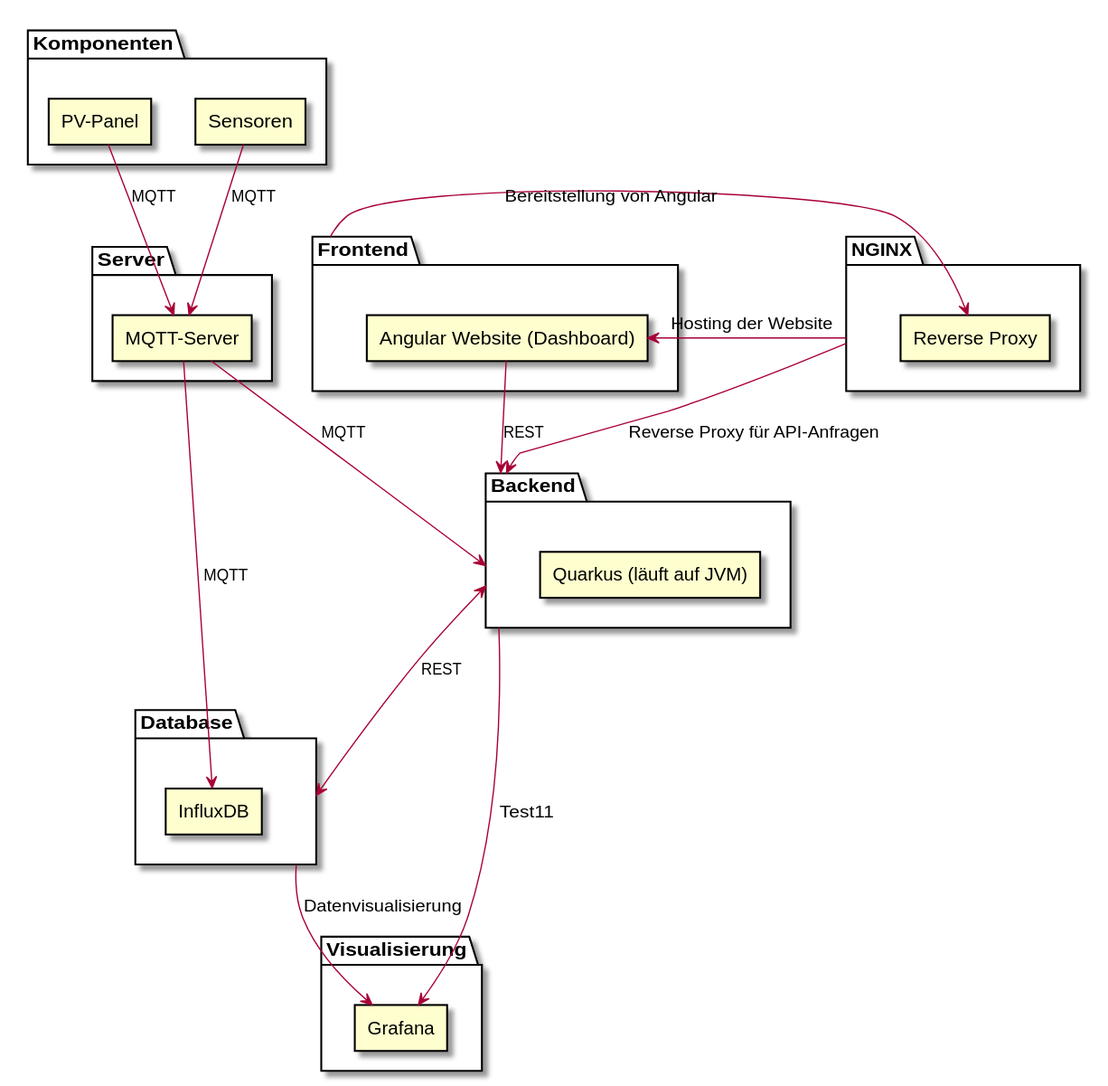
2425-4chif-syp/01-projekte-2025-4chif-syp-pv-panels keeps this PlantUML diagram as Documentation/SystemArchitecture/diagrams/SystemArchitecture.svg. Above is the earlier version.
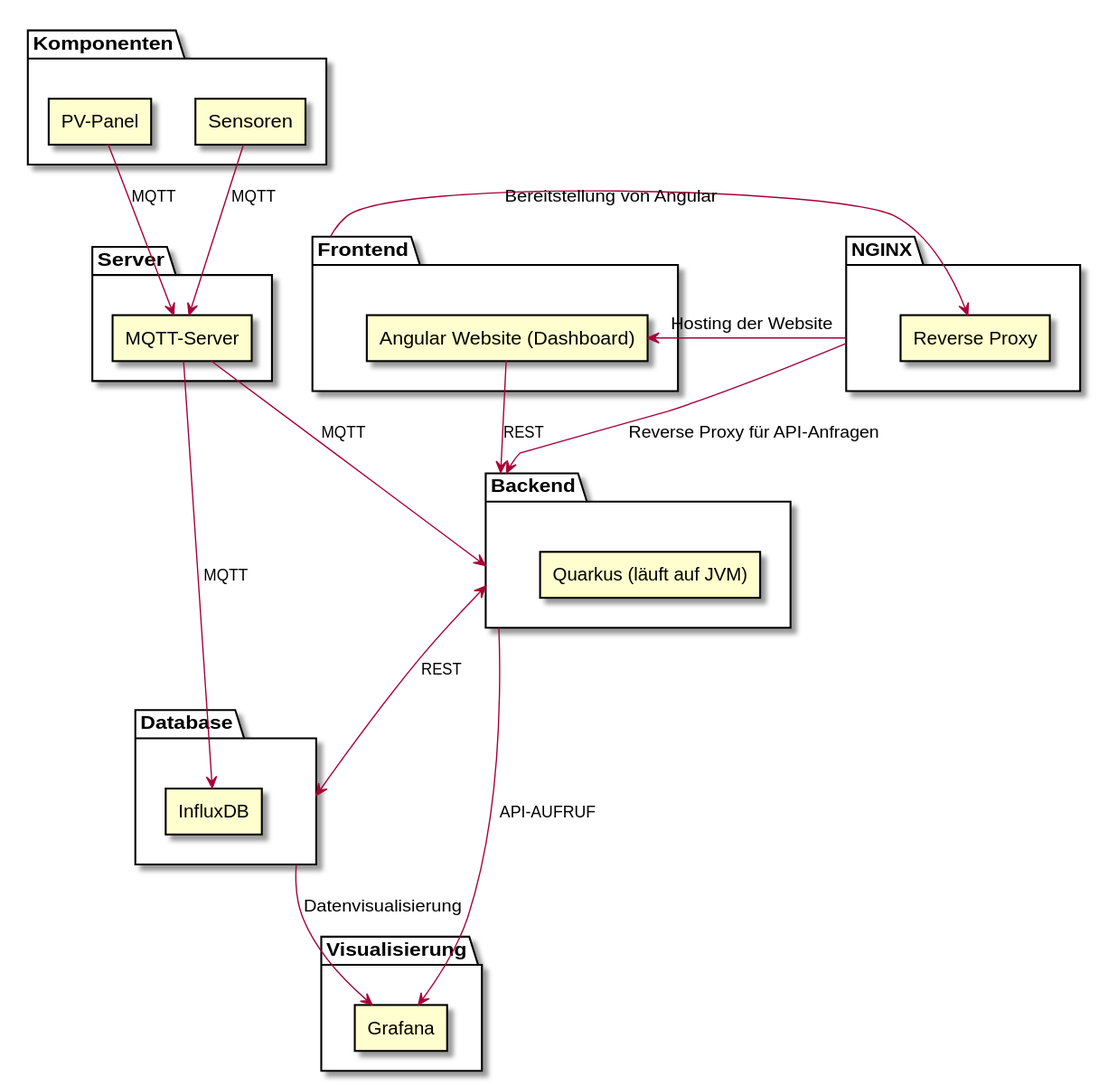
After the commit.

The edit, as a diff of the source:
```diff
@@ -35,7 +35,7 @@
 B <--> D : REST
 A --> B : REST
 D --> G : Datenvisualisierung
-B --> G : Test11
+B --> G : API-AUFRUF
 
 F --> NGINX : Bereitstellung von Angular
 N --> A : Hosting der Website
```
